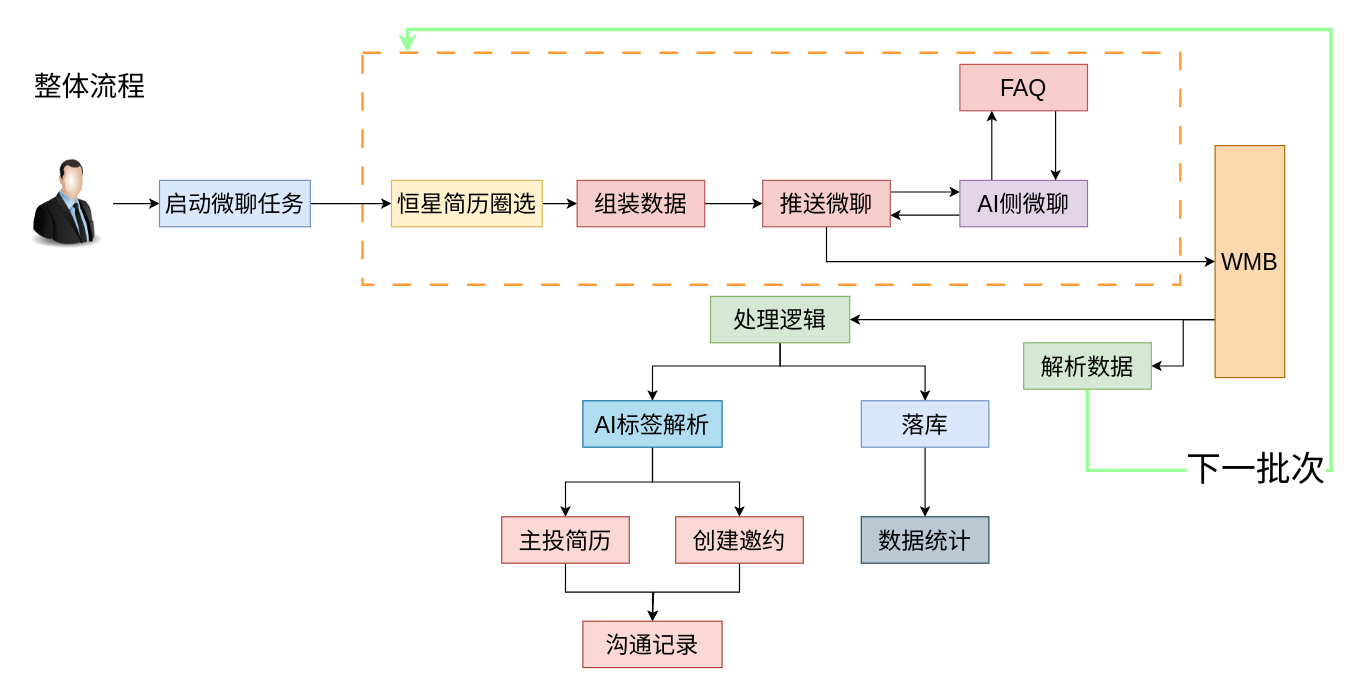
Before: 魔方AI微聊.drawio in LuOyEbY/draw-b, a draw.io diagram. Source tidied: cells renumbered, new cells numbered last; positions are measured from the earlier drawing's top-left corner, leaving out a move shared by most shapes. Both pictures are drawn from the tidied source at 116%, with x=0, y=0 at pixel (20, 29).
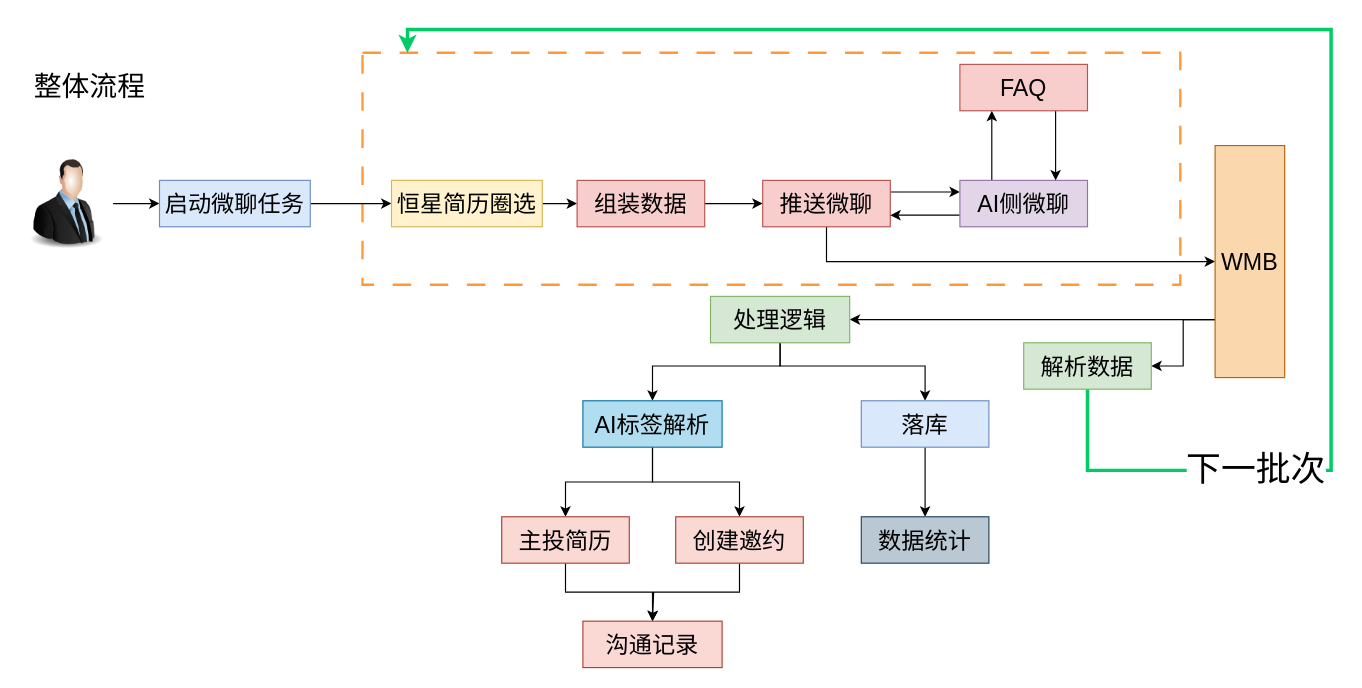
Above is the later version.

Commit message (it also covers changes not shown here):
更新魔方AI微聊.drawio

The change refers to these unchanged cells:
```xml
<mxCell id="2" style="rounded=0;whiteSpace=wrap;html=1;dashed=1;dashPattern=8 8;strokeColor=#FF9933;strokeWidth=2;" parent="1" vertex="1">
  <mxGeometry x="295" y="20" width="705" height="200" as="geometry" />
</mxCell>
<mxCell id="20" value="解析数据" style="whiteSpace=wrap;html=1;verticalAlign=middle;labelBackgroundColor=none;fontSize=20;fillColor=#d5e8d4;strokeColor=#82b366;rounded=0;" parent="1" vertex="1">
  <mxGeometry x="865" y="270" width="110" height="40" as="geometry" />
</mxCell>
```

Change to the diagram source:
```diff
@@
-    <mxCell id="18" style="edgeStyle=orthogonalEdgeStyle;jettySize=auto;html=1;entryX=0.055;entryY=0;entryDx=0;entryDy=0;entryPerimeter=0;strokeColor=#99FF99;strokeWidth=3;rounded=0;" parent="1" edge="1" source="20" target="2">
+    <mxCell id="18" style="edgeStyle=orthogonalEdgeStyle;jettySize=auto;html=1;entryX=0.055;entryY=0;entryDx=0;entryDy=0;entryPerimeter=0;strokeColor=#00CC66;strokeWidth=3;rounded=0;" parent="1" edge="1" source="20" target="2">
       <mxGeometry relative="1" as="geometry">
         <Array as="points">
           <mxPoint x="920" y="380" />
           <mxPoint x="1130" y="380" />
           <mxPoint x="1130" />
           <mxPoint x="334" />
         </Array>
       </mxGeometry>
     </mxCell>
```
